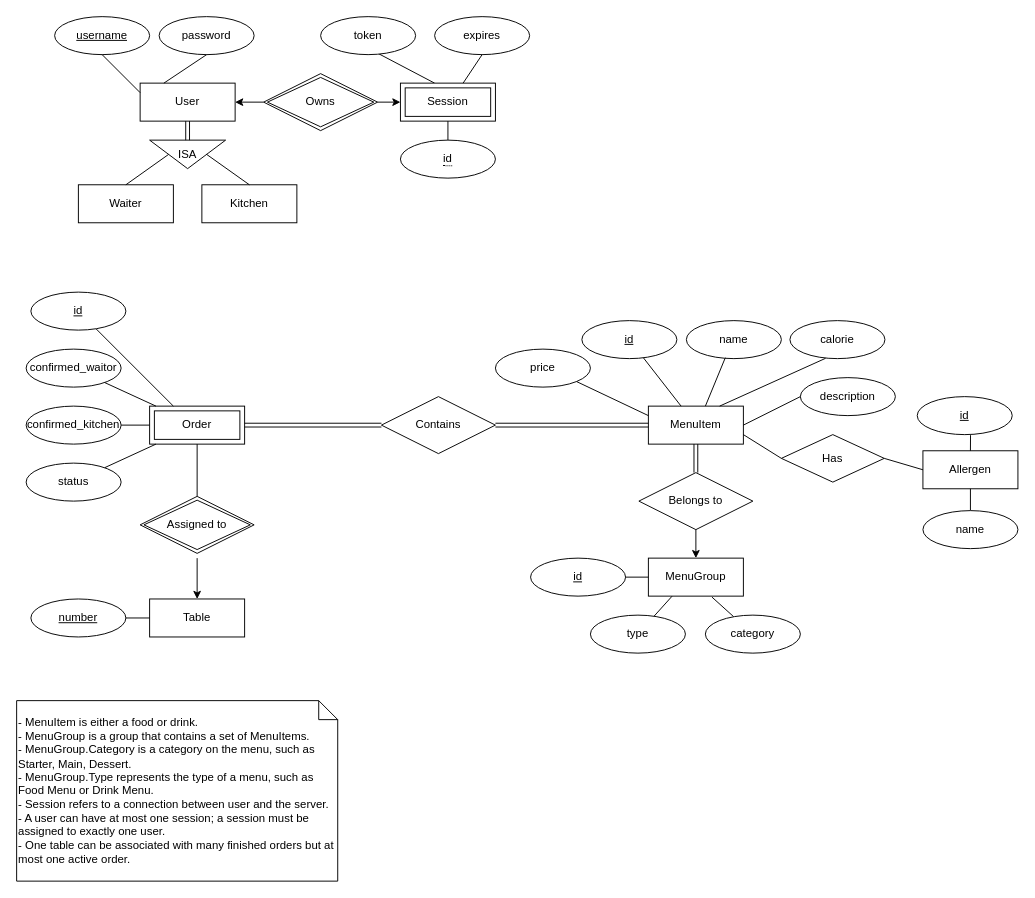
This is doc/backend/database-design/ER-diagram.drawio from Spencer-Georgiou/Uni-Y2-Team, a draw.io file, before an edit. Source tidied: cells renumbered, new cells numbered last; positions are measured from the earlier drawing's top-left corner, leaving out a move shared by most shapes. Both pictures are drawn from the tidied source at 95%, with x=0, y=0 at pixel (16, 16).
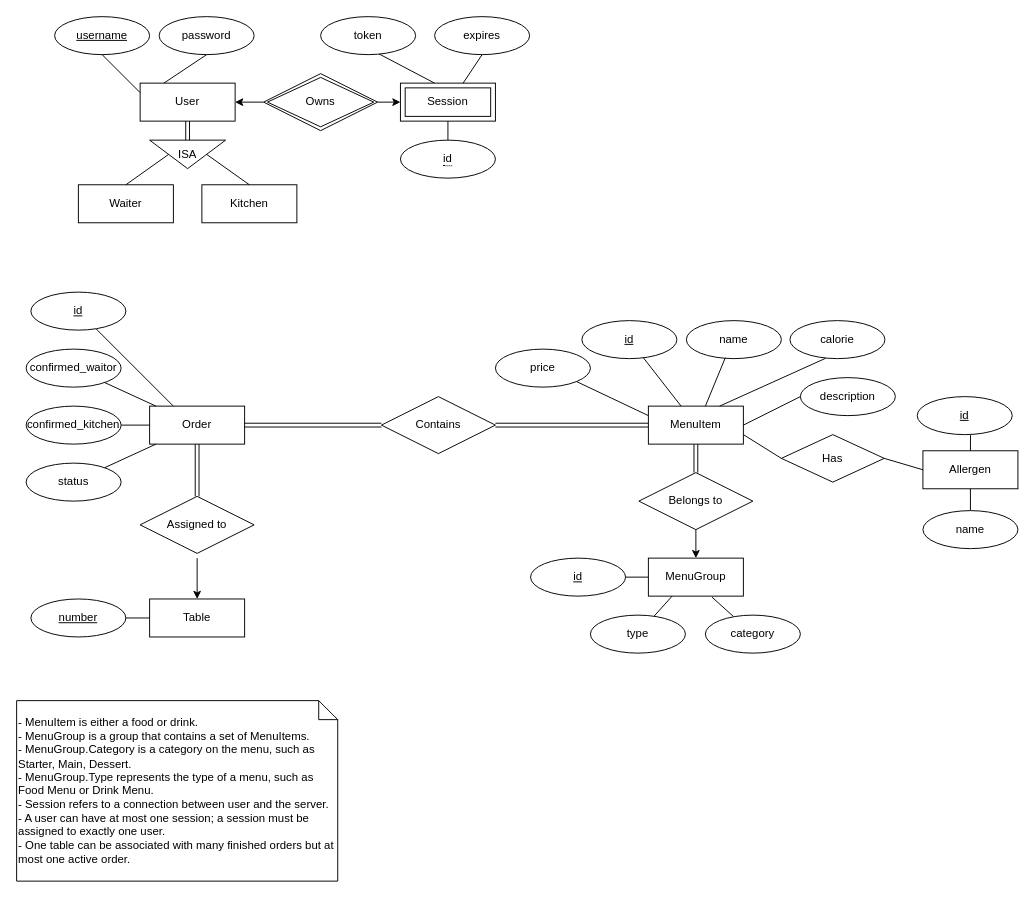
The same page after the edit.

What changed in the source:
```diff
@@
-    <mxCell id="47" value="Order" style="shape=ext;margin=3;double=1;whiteSpace=wrap;html=1;align=center;" parent="1" vertex="1">
+    <mxCell id="47" value="Order" style="whiteSpace=wrap;html=1;align=center;" parent="1" vertex="1">
       <mxGeometry x="140" y="410" width="100" height="40" as="geometry" />
     </mxCell>
@@
-    <mxCell id="53" style="edgeStyle=none;html=1;endArrow=none;endFill=0;" parent="1" edge="1" source="54" target="47">
+    <mxCell id="53" style="edgeStyle=none;html=1;endArrow=none;endFill=0;shape=link;" parent="1" edge="1" source="54" target="47">
       <mxGeometry relative="1" as="geometry" />
     </mxCell>
-    <mxCell id="54" value="Assigned to" style="shape=rhombus;double=1;perimeter=rhombusPerimeter;whiteSpace=wrap;html=1;align=center;" parent="1" vertex="1">
+    <mxCell id="54" value="Assigned to" style="shape=rhombus;perimeter=rhombusPerimeter;whiteSpace=wrap;html=1;align=center;" parent="1" vertex="1">
       <mxGeometry x="130" y="505" width="120" height="60" as="geometry" />
     </mxCell>
```
